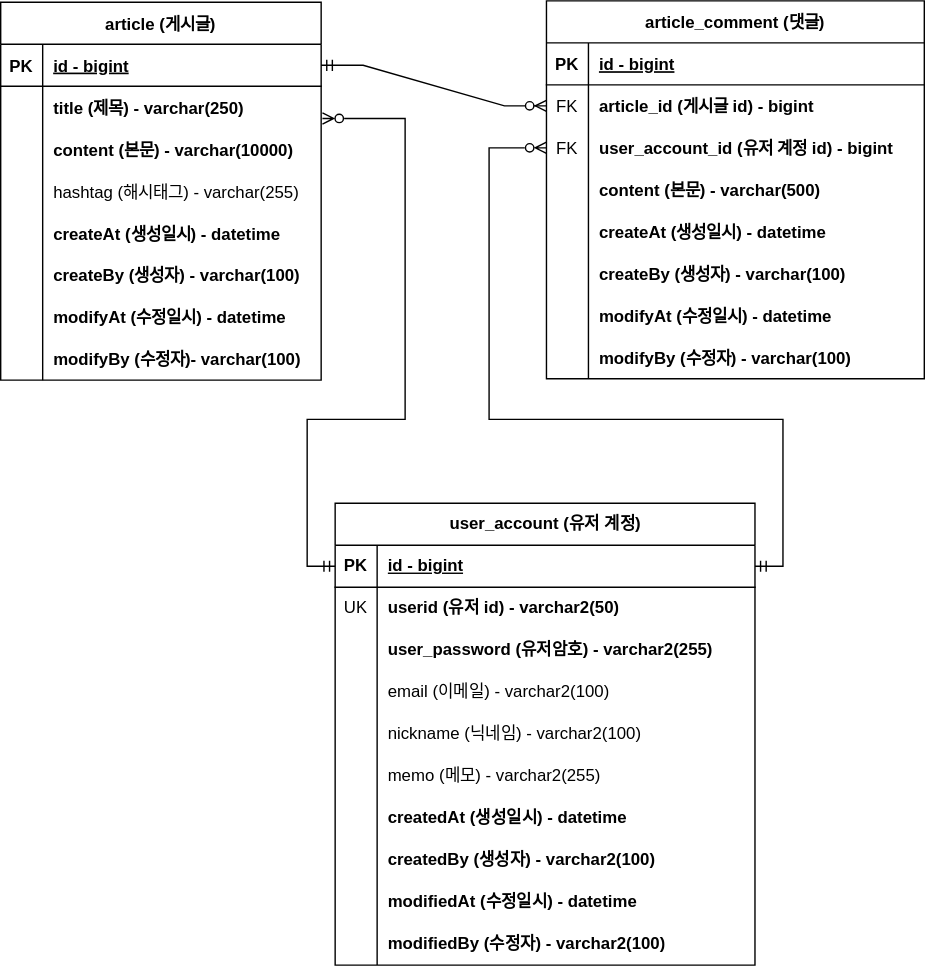
sabsiru/my-project-board keeps this draw.io diagram as document/project-board-erd.svg. Above is the earlier version. Source tidied: cells renumbered, new cells last; positions are measured from the earlier drawing's top-left corner, leaving out a move shared by most shapes.
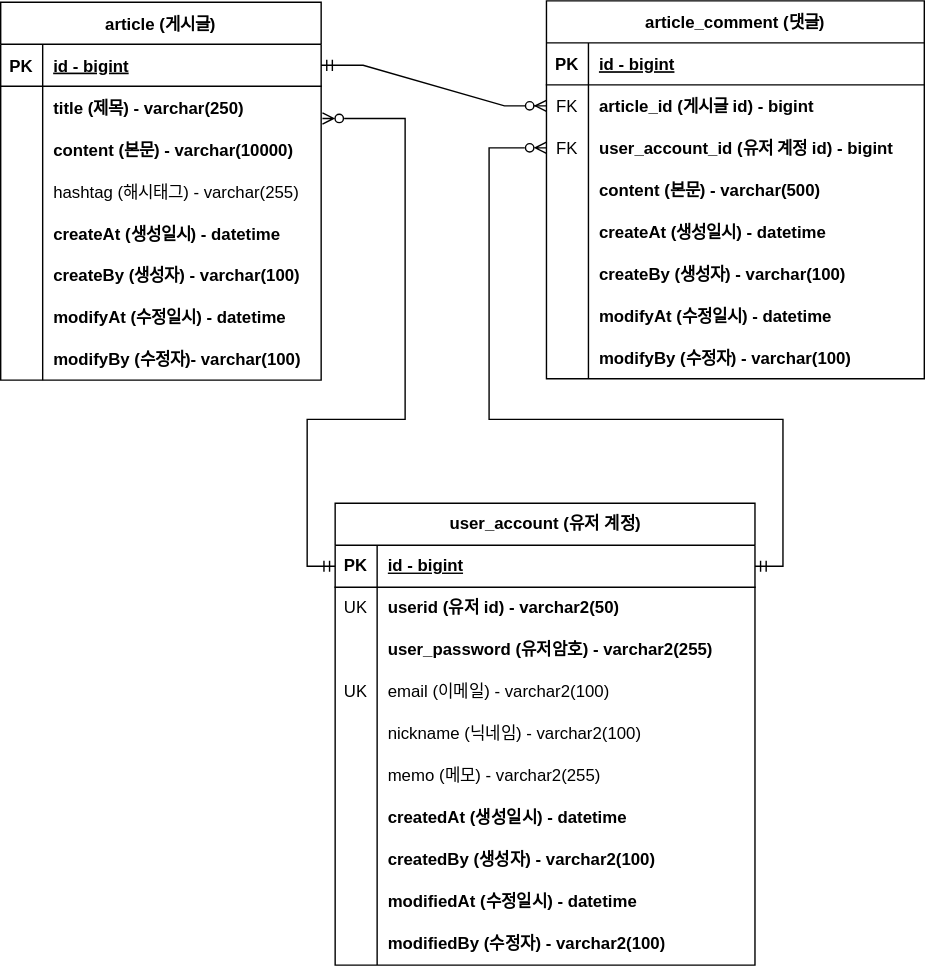
The same diagram one commit later.

The edit, as a diff of the source:
```diff
@@ -188,7 +188,7 @@
     <mxCell id="63" style="shape=tableRow;horizontal=0;startSize=0;swimlaneHead=0;swimlaneBody=0;fillColor=none;top=0;left=0;right=0;bottom=0;" parent="53" vertex="1">
       <mxGeometry y="120" width="300" height="30" as="geometry" />
     </mxCell>
-    <mxCell id="64" style="shape=partialRectangle;fillColor=none;top=0;left=0;bottom=0;right=0;overflow=hidden;whiteSpace=wrap;html=1;" parent="63" vertex="1">
+    <mxCell id="64" value="UK" style="shape=partialRectangle;fillColor=none;top=0;left=0;bottom=0;right=0;overflow=hidden;whiteSpace=wrap;html=1;" parent="63" vertex="1">
       <mxGeometry width="30" height="30" as="geometry" />
     </mxCell>
     <mxCell id="65" value="email (이메일) - varchar2(100)" style="shape=partialRectangle;fillColor=none;top=0;left=0;bottom=0;right=0;align=left;spacingLeft=6;overflow=hidden;whiteSpace=wrap;html=1;" parent="63" vertex="1">
```
